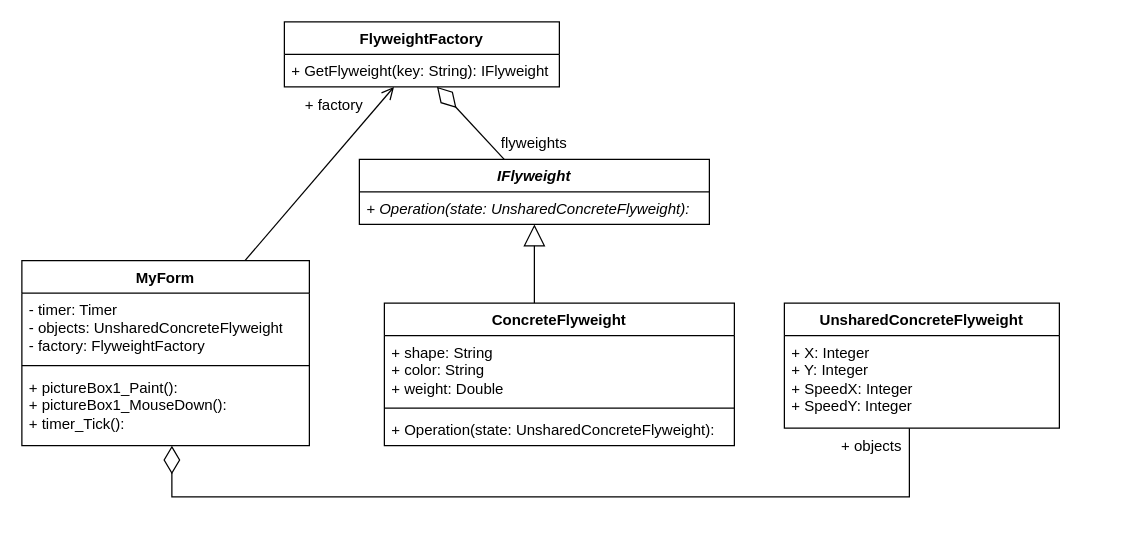
Before: lab02/SecondLab.drawio in UWU-Sharky/Shmakov_OOAP, a draw.io diagram. Source tidied: cells renumbered, new cells numbered last; positions are measured from the earlier drawing's top-left corner, leaving out a move shared by most shapes. Both pictures are drawn from the tidied source at 125%, with x=0, y=0 at pixel (21, 21).
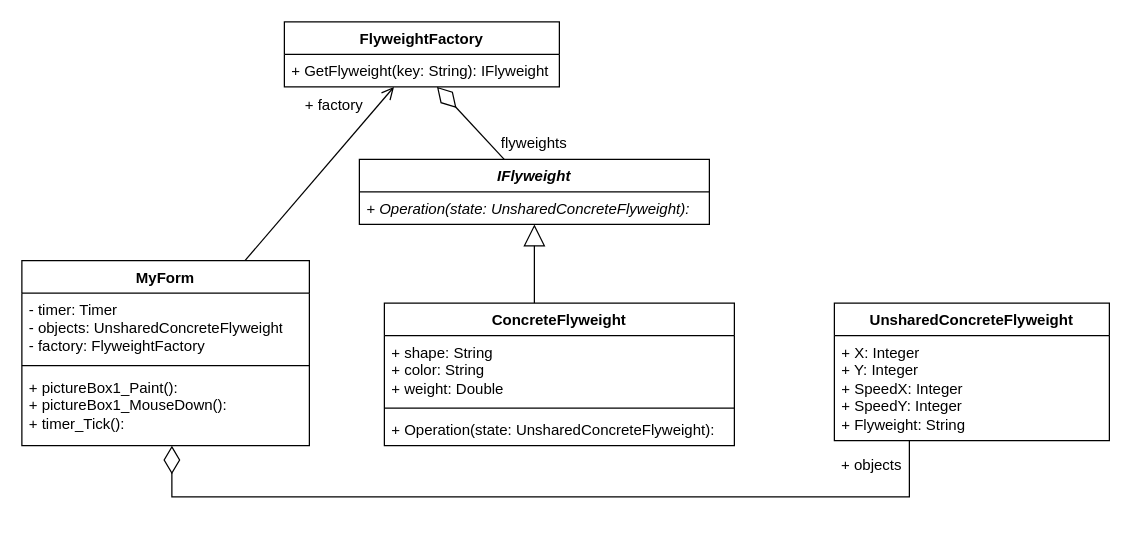
The same diagram, later.

Change to the diagram source:
```diff
@@
     <mxCell id="7" value="&lt;div&gt;UnsharedConcreteFlyweight&lt;/div&gt;" style="swimlane;fontStyle=1;align=center;verticalAlign=top;horizontal=1;startSize=26;whiteSpace=wrap;html=1;" parent="1" vertex="1">
-      <mxGeometry x="610" y="225" width="220" height="100" as="geometry" />
+      <mxGeometry x="650" y="225" width="220" height="110" as="geometry" />
     </mxCell>
-    <mxCell id="8" value="+ X: Integer&lt;div&gt;+ Y: Integer&lt;/div&gt;&lt;div&gt;+ SpeedX: Integer&lt;/div&gt;&lt;div&gt;+ SpeedY: Integer&lt;/div&gt;" style="text;strokeColor=none;fillColor=none;align=left;verticalAlign=top;spacingLeft=4;spacingRight=4;overflow=hidden;whiteSpace=wrap;html=1;" parent="7" vertex="1">
-      <mxGeometry y="26" width="220" height="74" as="geometry" />
+    <mxCell id="8" value="+ X: Integer&lt;div&gt;+ Y: Integer&lt;/div&gt;&lt;div&gt;+ SpeedX: Integer&lt;/div&gt;&lt;div&gt;+ SpeedY: Integer&lt;/div&gt;&lt;div&gt;+ Flyweight: String&lt;/div&gt;" style="text;strokeColor=none;fillColor=none;align=left;verticalAlign=top;spacingLeft=4;spacingRight=4;overflow=hidden;whiteSpace=wrap;html=1;" parent="7" vertex="1">
+      <mxGeometry y="26" width="220" height="84" as="geometry" />
     </mxCell>
@@
     <mxCell id="22" value="+ objects" style="text;html=1;whiteSpace=wrap;strokeColor=none;fillColor=none;align=center;verticalAlign=middle;rounded=0;" parent="1" vertex="1">
-      <mxGeometry x="650" y="325" width="60" height="30" as="geometry" />
+      <mxGeometry x="650" y="340" width="60" height="30" as="geometry" />
     </mxCell>
```
